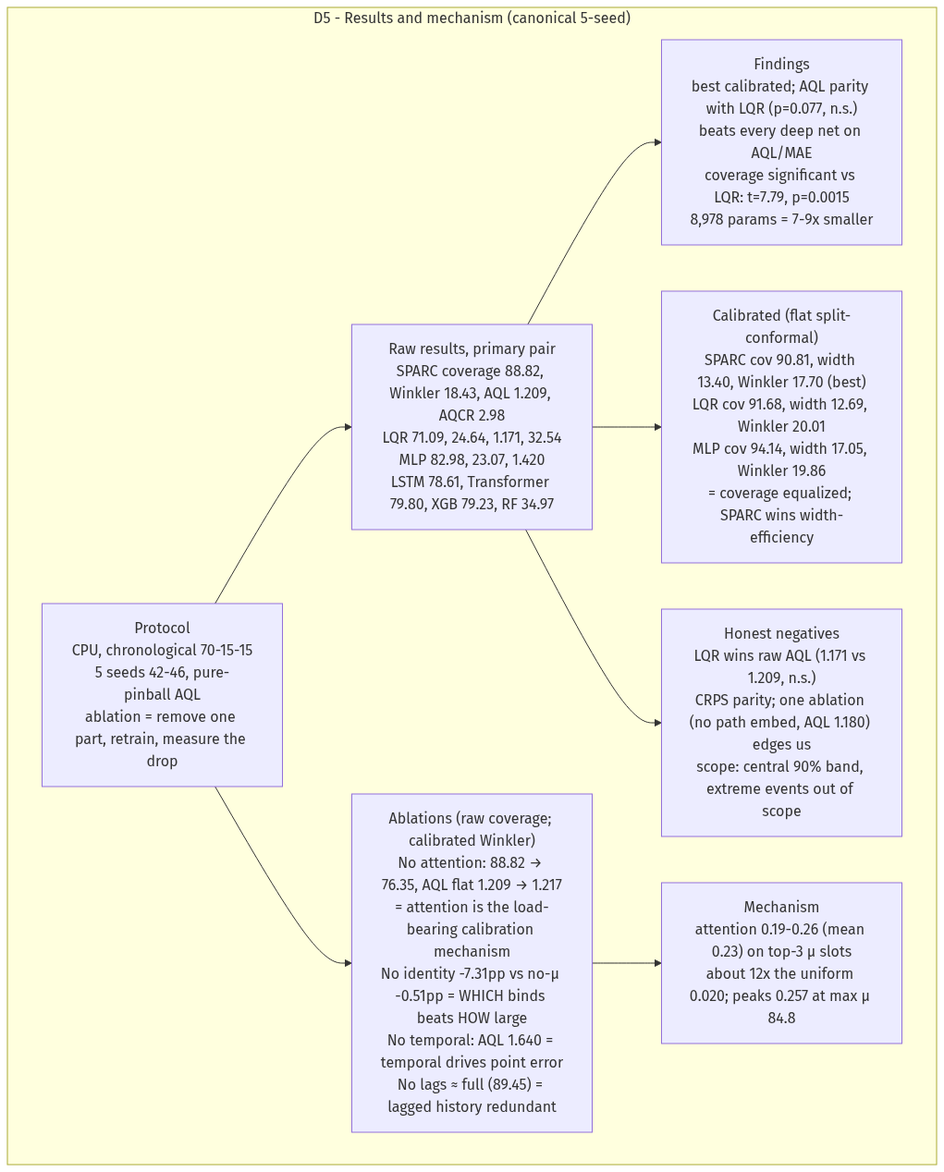
Before: docs/explanation/06-sparc-flow-06-G_D5.png, a diagram exported from Mermaid (L1ZLe/ercot-casp-paper). Its source is kept beside it as docs/explanation/06-sparc-flow-06-G_D5.mmd. Its diagram source:
```mermaid
flowchart TD
subgraph G_D5["D5 - Results and mechanism (canonical 5-seed)"]
    PROTO["Protocol<br/>CPU, chronological 70-15-15<br/>5 seeds 42-46, pure-pinball AQL<br/>ablation = remove one part, retrain, measure the drop"] --> RESULTS
    RESULTS["Raw results, primary pair<br/>SPARC coverage 88.82, Winkler 18.43, AQL 1.209, AQCR 2.98<br/>LQR 71.09, 24.64, 1.171, 32.54<br/>MLP 82.98, 23.07, 1.420<br/>LSTM 78.61, Transformer 79.80, XGB 79.23, RF 34.97"] --> WINS["Findings<br/>best calibrated; AQL parity with LQR (p=0.077, n.s.)<br/>beats every deep net on AQL/MAE<br/>coverage significant vs LQR: t=7.79, p=0.0015<br/>8,978 params = 7-9x smaller"]
    RESULTS --> CAL["Calibrated (flat split-conformal)<br/>SPARC cov 90.81, width 13.40, Winkler 17.70 (best)<br/>LQR cov 91.68, width 12.69, Winkler 20.01<br/>MLP cov 94.14, width 17.05, Winkler 19.86<br/>= coverage equalized; SPARC wins width-efficiency"]
    RESULTS --> HONEST["Honest negatives<br/>LQR wins raw AQL (1.171 vs 1.209, n.s.)<br/>CRPS parity; one ablation (no path embed, AQL 1.180) edges us<br/>scope: central 90% band, extreme events out of scope"]
    PROTO --> ABL["Ablations (raw coverage; calibrated Winkler)<br/>No attention: 88.82 → 76.35, AQL flat 1.209 → 1.217<br/>= attention is the load-bearing calibration mechanism<br/>No identity -7.31pp vs no-μ -0.51pp = WHICH binds beats HOW large<br/>No temporal: AQL 1.640 = temporal drives point error<br/>No lags ≈ full (89.45) = lagged history redundant"]
    ABL --> ATTN_D5["Mechanism<br/>attention 0.19-0.26 (mean 0.23) on top-3 μ slots<br/>about 12x the uniform 0.020; peaks 0.257 at max μ 84.8"]
  end
```
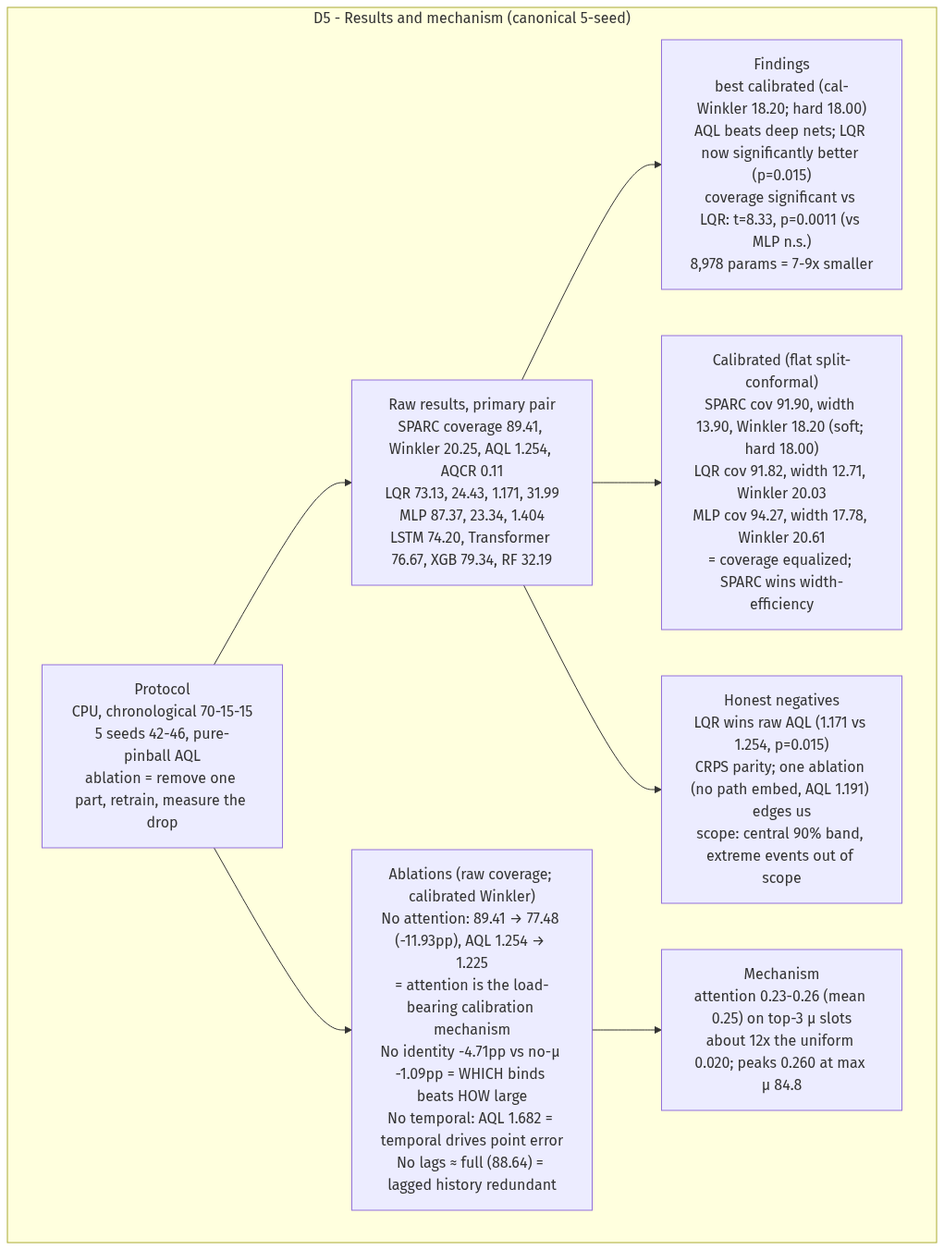
The same file after the commit.

The edit, as a diff of the source:
```diff
@@ -1,9 +1,9 @@
 flowchart TD
 subgraph G_D5["D5 - Results and mechanism (canonical 5-seed)"]
     PROTO["Protocol<br/>CPU, chronological 70-15-15<br/>5 seeds 42-46, pure-pinball AQL<br/>ablation = remove one part, retrain, measure the drop"] --> RESULTS
-    RESULTS["Raw results, primary pair<br/>SPARC coverage 88.82, Winkler 18.43, AQL 1.209, AQCR 2.98<br/>LQR 71.09, 24.64, 1.171, 32.54<br/>MLP 82.98, 23.07, 1.420<br/>LSTM 78.61, Transformer 79.80, XGB 79.23, RF 34.97"] --> WINS["Findings<br/>best calibrated; AQL parity with LQR (p=0.077, n.s.)<br/>beats every deep net on AQL/MAE<br/>coverage significant vs LQR: t=7.79, p=0.0015<br/>8,978 params = 7-9x smaller"]
-    RESULTS --> CAL["Calibrated (flat split-conformal)<br/>SPARC cov 90.81, width 13.40, Winkler 17.70 (best)<br/>LQR cov 91.68, width 12.69, Winkler 20.01<br/>MLP cov 94.14, width 17.05, Winkler 19.86<br/>= coverage equalized; SPARC wins width-efficiency"]
-    RESULTS --> HONEST["Honest negatives<br/>LQR wins raw AQL (1.171 vs 1.209, n.s.)<br/>CRPS parity; one ablation (no path embed, AQL 1.180) edges us<br/>scope: central 90% band, extreme events out of scope"]
-    PROTO --> ABL["Ablations (raw coverage; calibrated Winkler)<br/>No attention: 88.82 → 76.35, AQL flat 1.209 → 1.217<br/>= attention is the load-bearing calibration mechanism<br/>No identity -7.31pp vs no-μ -0.51pp = WHICH binds beats HOW large<br/>No temporal: AQL 1.640 = temporal drives point error<br/>No lags ≈ full (89.45) = lagged history redundant"]
-    ABL --> ATTN_D5["Mechanism<br/>attention 0.19-0.26 (mean 0.23) on top-3 μ slots<br/>about 12x the uniform 0.020; peaks 0.257 at max μ 84.8"]
+    RESULTS["Raw results, primary pair<br/>SPARC coverage 89.41, Winkler 20.25, AQL 1.254, AQCR 0.11<br/>LQR 73.13, 24.43, 1.171, 31.99<br/>MLP 87.37, 23.34, 1.404<br/>LSTM 74.20, Transformer 76.67, XGB 79.34, RF 32.19"] --> WINS["Findings<br/>best calibrated (cal-Winkler 18.20; hard 18.00)<br/>AQL beats deep nets; LQR now significantly better (p=0.015)<br/>coverage significant vs LQR: t=8.33, p=0.0011 (vs MLP n.s.)<br/>8,978 params = 7-9x smaller"]
+    RESULTS --> CAL["Calibrated (flat split-conformal)<br/>SPARC cov 91.90, width 13.90, Winkler 18.20 (soft; hard 18.00)<br/>LQR cov 91.82, width 12.71, Winkler 20.03<br/>MLP cov 94.27, width 17.78, Winkler 20.61<br/>= coverage equalized; SPARC wins width-efficiency"]
+    RESULTS --> HONEST["Honest negatives<br/>LQR wins raw AQL (1.171 vs 1.254, p=0.015)<br/>CRPS parity; one ablation (no path embed, AQL 1.191) edges us<br/>scope: central 90% band, extreme events out of scope"]
+    PROTO --> ABL["Ablations (raw coverage; calibrated Winkler)<br/>No attention: 89.41 → 77.48 (-11.93pp), AQL 1.254 → 1.225<br/>= attention is the load-bearing calibration mechanism<br/>No identity -4.71pp vs no-μ -1.09pp = WHICH binds beats HOW large<br/>No temporal: AQL 1.682 = temporal drives point error<br/>No lags ≈ full (88.64) = lagged history redundant"]
+    ABL --> ATTN_D5["Mechanism<br/>attention 0.23-0.26 (mean 0.25) on top-3 μ slots<br/>about 12x the uniform 0.020; peaks 0.260 at max μ 84.8"]
   end
```
